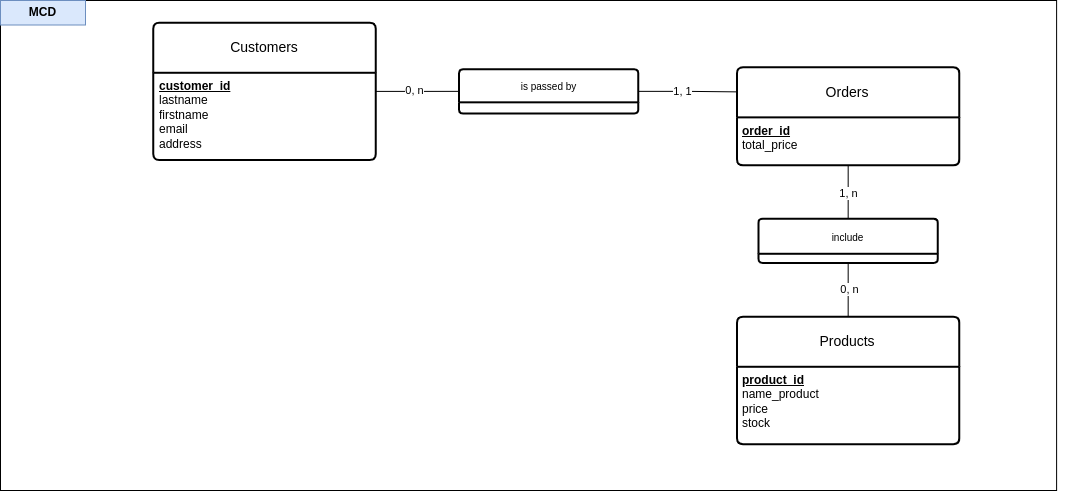
The draw.io diagram doc/Merise/TP-MERISE-MCD.drawio.png in Huriaux/template-repository, before a commit. Source tidied: cells renumbered, new cells last; positions are measured from the earlier drawing's top-left corner, leaving out a move shared by most shapes.
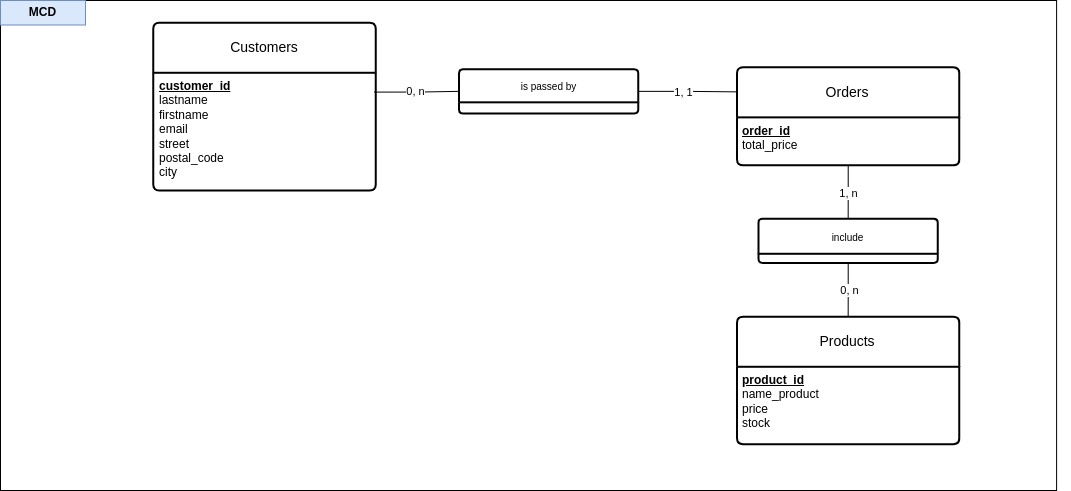
Above is the later version.

Commit message:
chore(MERISE): correction MCD, MLD, Data dictionnary and MPD, on the Customers Table, 'address' attribute did not correspond to 1NF

What changed in the source:
```diff
@@ -11,7 +11,7 @@
     <mxCell id="4" value="MCD" style="text;html=1;align=center;verticalAlign=middle;whiteSpace=wrap;rounded=0;fontStyle=1;fillColor=#dae8fc;strokeColor=#6c8ebf;" parent="2" vertex="1">
       <mxGeometry width="85" height="24.5" as="geometry" />
     </mxCell>
-    <mxCell id="5" style="edgeStyle=orthogonalEdgeStyle;rounded=0;jettySize=auto;html=1;endArrow=none;endFill=0;" parent="2" edge="1" source="7" target="15">
+    <mxCell id="5" style="edgeStyle=orthogonalEdgeStyle;rounded=0;jettySize=auto;html=1;endArrow=none;endFill=0;exitX=0.994;exitY=0.164;exitDx=0;exitDy=0;exitPerimeter=0;" parent="2" edge="1" source="8" target="15">
       <mxGeometry relative="1" as="geometry" />
     </mxCell>
     <mxCell id="6" value="0, n" style="edgeLabel;html=1;align=center;verticalAlign=middle;" parent="5" vertex="1">
@@ -20,10 +20,10 @@
       </mxGeometry>
     </mxCell>
     <mxCell id="7" value="Customers" style="swimlane;horizontal=1;startSize=50;rounded=1;fontSize=14;fontStyle=0;strokeWidth=2;shadow=0;dashed=0;align=center;arcSize=4;whiteSpace=wrap;html=1;" parent="2" vertex="1">
-      <mxGeometry x="152.9" y="22.3" width="222.3" height="137.2" as="geometry" />
+      <mxGeometry x="152.9" y="22.3" width="222.3" height="167.7" as="geometry" />
     </mxCell>
-    <mxCell id="8" value="&lt;b style=&quot;text-wrap: wrap;&quot;&gt;&lt;u&gt;customer_id&lt;/u&gt;&lt;/b&gt;&lt;div&gt;lastname&lt;br&gt;firstname&lt;/div&gt;&lt;div&gt;email&lt;/div&gt;&lt;div&gt;address&lt;/div&gt;" style="align=left;strokeColor=none;fillColor=none;spacingLeft=4;fontSize=12;verticalAlign=top;html=1;" parent="7" vertex="1">
-      <mxGeometry y="50" width="222.3" height="87.2" as="geometry" />
+    <mxCell id="8" value="&lt;b style=&quot;text-wrap: wrap;&quot;&gt;&lt;u&gt;customer_id&lt;/u&gt;&lt;/b&gt;&lt;div&gt;lastname&lt;br&gt;firstname&lt;/div&gt;&lt;div&gt;email&lt;/div&gt;&lt;div&gt;street&lt;/div&gt;&lt;div&gt;postal_code&lt;/div&gt;&lt;div&gt;city&lt;/div&gt;" style="align=left;strokeColor=none;fillColor=none;spacingLeft=4;fontSize=12;verticalAlign=top;html=1;" parent="7" vertex="1">
+      <mxGeometry y="50" width="222.3" height="117.7" as="geometry" />
     </mxCell>
     <mxCell id="9" value="Orders" style="swimlane;horizontal=1;startSize=50;rounded=1;fontSize=14;fontStyle=0;strokeWidth=2;shadow=0;dashed=0;align=center;arcSize=4;whiteSpace=wrap;html=1;" parent="2" vertex="1">
       <mxGeometry x="736.5" y="66.9" width="222.3" height="98" as="geometry" />
```
